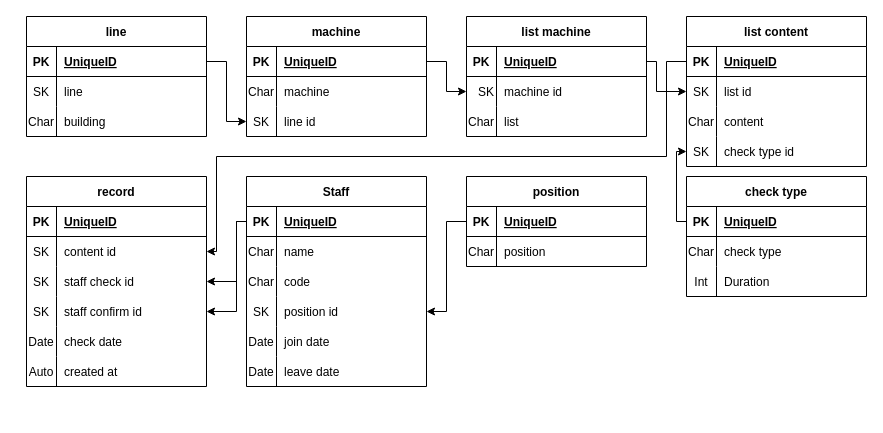
Before: checksheet_diagram.drawio in MVC0712/Check_Sheet, a draw.io diagram. Source tidied: cells renumbered, new cells numbered last; positions are measured from the earlier drawing's top-left corner, leaving out a move shared by most shapes. Both pictures are drawn from the tidied source at 100%, with x=0, y=0 at pixel (26, 16).
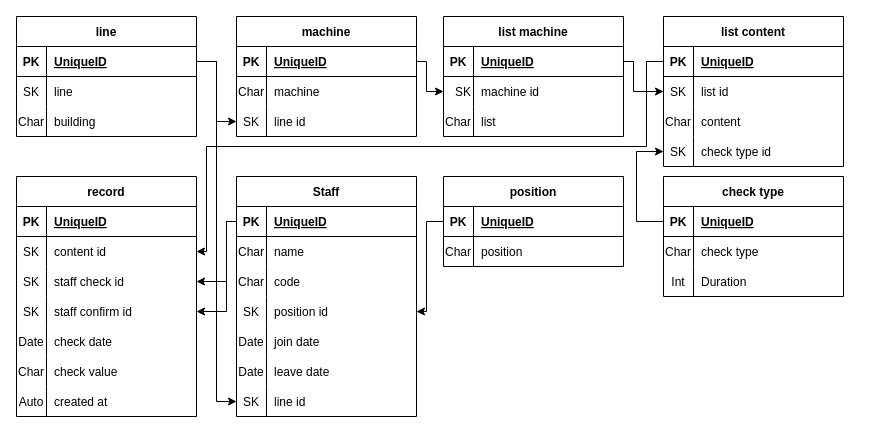
The same diagram, later.

The change refers to these unchanged cells:
```xml
<mxCell id="3" style="shape=tableRow;horizontal=0;startSize=0;swimlaneHead=0;swimlaneBody=0;fillColor=none;points=[[0,0.5],[1,0.5]];portConstraint=eastwest;top=0;left=0;right=0;bottom=1;" parent="2" vertex="1">
  <mxGeometry y="30" width="180" height="30" as="geometry" />
</mxCell>
<mxCell id="13" style="shape=tableRow;horizontal=0;startSize=0;swimlaneHead=0;swimlaneBody=0;fillColor=none;points=[[0,0.5],[1,0.5]];portConstraint=eastwest;top=0;left=0;right=0;bottom=1;" parent="12" vertex="1">
  <mxGeometry y="30" width="180" height="30" as="geometry" />
</mxCell>
<mxCell id="23" style="shape=tableRow;horizontal=0;startSize=0;swimlaneHead=0;swimlaneBody=0;fillColor=none;points=[[0,0.5],[1,0.5]];portConstraint=eastwest;top=0;left=0;right=0;bottom=1;" parent="22" vertex="1">
  <mxGeometry y="30" width="180" height="30" as="geometry" />
</mxCell>
<mxCell id="26" style="shape=tableRow;horizontal=0;startSize=0;swimlaneHead=0;swimlaneBody=0;fillColor=none;points=[[0,0.5],[1,0.5]];portConstraint=eastwest;top=0;left=0;right=0;bottom=0;" parent="22" vertex="1">
  <mxGeometry y="60" width="180" height="30" as="geometry" />
</mxCell>
<mxCell id="33" style="shape=tableRow;horizontal=0;startSize=0;swimlaneHead=0;swimlaneBody=0;fillColor=none;points=[[0,0.5],[1,0.5]];portConstraint=eastwest;top=0;left=0;right=0;bottom=1;" parent="32" vertex="1">
  <mxGeometry y="30" width="180" height="30" as="geometry" />
</mxCell>
<mxCell id="36" style="shape=tableRow;horizontal=0;startSize=0;swimlaneHead=0;swimlaneBody=0;fillColor=none;points=[[0,0.5],[1,0.5]];portConstraint=eastwest;top=0;left=0;right=0;bottom=0;" parent="32" vertex="1">
  <mxGeometry y="60" width="180" height="30" as="geometry" />
</mxCell>
<mxCell id="42" style="shape=tableRow;horizontal=0;startSize=0;swimlaneHead=0;swimlaneBody=0;fillColor=none;points=[[0,0.5],[1,0.5]];portConstraint=eastwest;top=0;left=0;right=0;bottom=0;" parent="32" vertex="1">
  <mxGeometry y="120" width="180" height="30" as="geometry" />
</mxCell>
<mxCell id="49" style="shape=tableRow;horizontal=0;startSize=0;swimlaneHead=0;swimlaneBody=0;fillColor=none;points=[[0,0.5],[1,0.5]];portConstraint=eastwest;top=0;left=0;right=0;bottom=0;" parent="45" vertex="1">
  <mxGeometry y="60" width="180" height="30" as="geometry" />
</mxCell>
<mxCell id="52" style="shape=tableRow;horizontal=0;startSize=0;swimlaneHead=0;swimlaneBody=0;fillColor=none;points=[[0,0.5],[1,0.5]];portConstraint=eastwest;top=0;left=0;right=0;bottom=0;" parent="45" vertex="1">
  <mxGeometry y="90" width="180" height="30" as="geometry" />
</mxCell>
<mxCell id="55" style="shape=tableRow;horizontal=0;startSize=0;swimlaneHead=0;swimlaneBody=0;fillColor=none;points=[[0,0.5],[1,0.5]];portConstraint=eastwest;top=0;left=0;right=0;bottom=0;" parent="45" vertex="1">
  <mxGeometry y="120" width="180" height="30" as="geometry" />
</mxCell>
<mxCell id="61" style="shape=tableRow;horizontal=0;startSize=0;swimlaneHead=0;swimlaneBody=0;fillColor=none;top=0;left=0;right=0;bottom=0;" parent="45" vertex="1">
  <mxGeometry y="180" width="180" height="30" as="geometry" />
</mxCell>
<mxCell id="65" style="shape=tableRow;horizontal=0;startSize=0;swimlaneHead=0;swimlaneBody=0;fillColor=none;points=[[0,0.5],[1,0.5]];portConstraint=eastwest;top=0;left=0;right=0;bottom=1;" parent="64" vertex="1">
  <mxGeometry y="30" width="180" height="30" as="geometry" />
</mxCell>
<mxCell id="74" style="shape=tableRow;horizontal=0;startSize=0;swimlaneHead=0;swimlaneBody=0;fillColor=none;points=[[0,0.5],[1,0.5]];portConstraint=eastwest;top=0;left=0;right=0;bottom=0;" parent="64" vertex="1">
  <mxGeometry y="120" width="180" height="30" as="geometry" />
</mxCell>
<mxCell id="84" style="shape=tableRow;horizontal=0;startSize=0;swimlaneHead=0;swimlaneBody=0;fillColor=none;points=[[0,0.5],[1,0.5]];portConstraint=eastwest;top=0;left=0;right=0;bottom=1;" parent="83" vertex="1">
  <mxGeometry y="30" width="180" height="30" as="geometry" />
</mxCell>
<mxCell id="98" style="shape=tableRow;horizontal=0;startSize=0;swimlaneHead=0;swimlaneBody=0;fillColor=none;points=[[0,0.5],[1,0.5]];portConstraint=eastwest;top=0;left=0;right=0;bottom=1;" parent="97" vertex="1">
  <mxGeometry y="30" width="180" height="30" as="geometry" />
</mxCell>
```

Diff of the diagram source:
```diff
@@
     <mxCell id="2" value="line" style="shape=table;startSize=30;childLayout=tableLayout;rowLines=0;fontStyle=1;align=center;" parent="1" vertex="1">
-      <mxGeometry width="180" height="120" as="geometry" />
+      <mxGeometry x="-10" width="180" height="120" as="geometry" />
     </mxCell>
@@
     <mxCell id="12" value="machine" style="shape=table;startSize=30;childLayout=tableLayout;rowLines=0;fontStyle=1;align=center;" parent="1" vertex="1">
-      <mxGeometry x="220" width="180" height="120" as="geometry" />
+      <mxGeometry x="210" width="180" height="120" as="geometry" />
     </mxCell>
@@
     <mxCell id="22" value="list machine" style="shape=table;startSize=30;childLayout=tableLayout;rowLines=0;fontStyle=1;align=center;" parent="1" vertex="1">
-      <mxGeometry x="440" width="180" height="120" as="geometry" />
+      <mxGeometry x="417" width="180" height="120" as="geometry" />
     </mxCell>
@@
     <mxCell id="32" value="list content" style="shape=table;startSize=30;childLayout=tableLayout;rowLines=0;fontStyle=1;align=center;" parent="1" vertex="1">
-      <mxGeometry x="660" width="180" height="150" as="geometry" />
+      <mxGeometry x="637" width="180" height="150" as="geometry" />
     </mxCell>
@@
     <mxCell id="45" value="record" style="shape=table;startSize=30;childLayout=tableLayout;rowLines=0;fontStyle=1;align=center;" parent="1" vertex="1">
-      <mxGeometry y="160" width="180" height="210" as="geometry" />
+      <mxGeometry x="-10" y="160" width="180" height="240" as="geometry" />
     </mxCell>
@@
-    <mxCell id="62" value="Auto" style="shape=partialRectangle;fillColor=none;top=0;left=0;bottom=0;right=0;overflow=hidden;" parent="61" vertex="1">
+    <mxCell id="62" value="Char" style="shape=partialRectangle;fillColor=none;top=0;left=0;bottom=0;right=0;overflow=hidden;" parent="61" vertex="1">
       <mxGeometry width="30" height="30" as="geometry" />
     </mxCell>
-    <mxCell id="63" value="created at" style="shape=partialRectangle;fillColor=none;top=0;left=0;bottom=0;right=0;align=left;spacingLeft=6;overflow=hidden;" parent="61" vertex="1">
+    <mxCell id="63" value="check value" style="shape=partialRectangle;fillColor=none;top=0;left=0;bottom=0;right=0;align=left;spacingLeft=6;overflow=hidden;" parent="61" vertex="1">
       <mxGeometry x="30" width="150" height="30" as="geometry" />
     </mxCell>
+    <mxCell id="108" style="shape=tableRow;horizontal=0;startSize=0;swimlaneHead=0;swimlaneBody=0;fillColor=none;top=0;left=0;right=0;bottom=0;" parent="45" vertex="1">
+      <mxGeometry y="210" width="180" height="30" as="geometry" />
+    </mxCell>
+    <mxCell id="109" value="Auto" style="shape=partialRectangle;fillColor=none;top=0;left=0;bottom=0;right=0;overflow=hidden;" parent="108" vertex="1">
+      <mxGeometry width="30" height="30" as="geometry" />
+    </mxCell>
+    <mxCell id="110" value="created at" style="shape=partialRectangle;fillColor=none;top=0;left=0;bottom=0;right=0;align=left;spacingLeft=6;overflow=hidden;" parent="108" vertex="1">
+      <mxGeometry x="30" width="150" height="30" as="geometry" />
+    </mxCell>
     <mxCell id="64" value="Staff" style="shape=table;startSize=30;childLayout=tableLayout;rowLines=0;fontStyle=1;align=center;" parent="1" vertex="1">
-      <mxGeometry x="220" y="160" width="180" height="210" as="geometry" />
+      <mxGeometry x="210" y="160" width="180" height="240" as="geometry" />
     </mxCell>
@@
+    <mxCell id="111" style="shape=tableRow;horizontal=0;startSize=0;swimlaneHead=0;swimlaneBody=0;fillColor=none;points=[[0,0.5],[1,0.5]];portConstraint=eastwest;top=0;left=0;right=0;bottom=0;fontStyle=2;" parent="64" vertex="1">
+      <mxGeometry y="210" width="180" height="30" as="geometry" />
+    </mxCell>
+    <mxCell id="112" value="SK" style="shape=partialRectangle;fillColor=none;top=0;left=0;bottom=0;right=0;overflow=hidden;" parent="111" vertex="1">
+      <mxGeometry width="30" height="30" as="geometry" />
+    </mxCell>
+    <mxCell id="113" value="line id" style="shape=partialRectangle;fillColor=none;top=0;left=0;bottom=0;right=0;align=left;spacingLeft=6;overflow=hidden;" parent="111" vertex="1">
+      <mxGeometry x="30" width="150" height="30" as="geometry" />
+    </mxCell>
     <mxCell id="83" value="position" style="shape=table;startSize=30;childLayout=tableLayout;rowLines=0;fontStyle=1;align=center;" parent="1" vertex="1">
-      <mxGeometry x="440" y="160" width="180" height="90" as="geometry" />
+      <mxGeometry x="417" y="160" width="180" height="90" as="geometry" />
     </mxCell>
@@
     <mxCell id="91" style="edgeStyle=orthogonalEdgeStyle;rounded=0;jettySize=auto;html=1;exitX=1;exitY=0.5;exitDx=0;exitDy=0;entryX=0;entryY=0.5;entryDx=0;entryDy=0;" parent="1" edge="1" source="13" target="26">
-      <mxGeometry relative="1" as="geometry" />
+      <mxGeometry relative="1" as="geometry">
+        <Array as="points">
+          <mxPoint x="400" y="45" />
+          <mxPoint x="400" y="75" />
+        </Array>
+      </mxGeometry>
     </mxCell>
     <mxCell id="92" style="edgeStyle=orthogonalEdgeStyle;rounded=0;jettySize=auto;html=1;exitX=1;exitY=0.5;exitDx=0;exitDy=0;entryX=0;entryY=0.5;entryDx=0;entryDy=0;" parent="1" edge="1" source="23" target="36">
       <mxGeometry relative="1" as="geometry">
         <Array as="points">
-          <mxPoint x="630" y="45" />
-          <mxPoint x="630" y="75" />
+          <mxPoint x="607" y="45" />
+          <mxPoint x="607" y="75" />
         </Array>
       </mxGeometry>
     </mxCell>
     <mxCell id="93" style="edgeStyle=orthogonalEdgeStyle;rounded=0;jettySize=auto;html=1;exitX=0;exitY=0.5;exitDx=0;exitDy=0;entryX=1;entryY=0.5;entryDx=0;entryDy=0;" parent="1" edge="1" source="33" target="49">
       <mxGeometry relative="1" as="geometry">
         <Array as="points">
-          <mxPoint x="640" y="45" />
-          <mxPoint x="640" y="140" />
-          <mxPoint x="190" y="140" />
-          <mxPoint x="190" y="235" />
+          <mxPoint x="620" y="45" />
+          <mxPoint x="620" y="130" />
+          <mxPoint x="180" y="130" />
+          <mxPoint x="180" y="235" />
         </Array>
       </mxGeometry>
     </mxCell>
     <mxCell id="94" style="edgeStyle=orthogonalEdgeStyle;rounded=0;jettySize=auto;html=1;exitX=0;exitY=0.5;exitDx=0;exitDy=0;entryX=1;entryY=0.5;entryDx=0;entryDy=0;" parent="1" edge="1" source="65" target="52">
       <mxGeometry relative="1" as="geometry">
         <Array as="points">
-          <mxPoint x="210" y="205" />
-          <mxPoint x="210" y="265" />
+          <mxPoint x="200" y="205" />
+          <mxPoint x="200" y="265" />
         </Array>
       </mxGeometry>
     </mxCell>
     <mxCell id="95" style="edgeStyle=orthogonalEdgeStyle;rounded=0;jettySize=auto;html=1;exitX=0;exitY=0.5;exitDx=0;exitDy=0;entryX=1;entryY=0.5;entryDx=0;entryDy=0;" parent="1" edge="1" source="84" target="74">
-      <mxGeometry relative="1" as="geometry" />
+      <mxGeometry relative="1" as="geometry">
+        <Array as="points">
+          <mxPoint x="400" y="205" />
+          <mxPoint x="400" y="295" />
+        </Array>
+      </mxGeometry>
     </mxCell>
     <mxCell id="96" style="edgeStyle=orthogonalEdgeStyle;rounded=0;jettySize=auto;html=1;exitX=0;exitY=0.5;exitDx=0;exitDy=0;entryX=1;entryY=0.5;entryDx=0;entryDy=0;" parent="1" edge="1" source="65" target="55">
       <mxGeometry relative="1" as="geometry">
         <Array as="points">
-          <mxPoint x="210" y="205" />
-          <mxPoint x="210" y="295" />
+          <mxPoint x="200" y="205" />
+          <mxPoint x="200" y="295" />
         </Array>
       </mxGeometry>
     </mxCell>
     <mxCell id="97" value="check type" style="shape=table;startSize=30;childLayout=tableLayout;rowLines=0;fontStyle=1;align=center;" parent="1" vertex="1">
-      <mxGeometry x="660" y="160" width="180" height="120" as="geometry" />
+      <mxGeometry x="637" y="160" width="180" height="120" as="geometry" />
     </mxCell>
@@
     <mxCell id="107" style="edgeStyle=orthogonalEdgeStyle;rounded=0;jettySize=auto;html=1;exitX=0;exitY=0.5;exitDx=0;exitDy=0;entryX=0;entryY=0.5;entryDx=0;entryDy=0;" parent="1" edge="1" source="98" target="42">
       <mxGeometry relative="1" as="geometry">
         <Array as="points">
-          <mxPoint x="650" y="205" />
-          <mxPoint x="650" y="135" />
+          <mxPoint x="610" y="205" />
+          <mxPoint x="610" y="135" />
         </Array>
       </mxGeometry>
     </mxCell>
+    <mxCell id="114" style="edgeStyle=orthogonalEdgeStyle;rounded=0;jettySize=auto;html=1;exitX=1;exitY=0.5;exitDx=0;exitDy=0;entryX=0;entryY=0.5;entryDx=0;entryDy=0;" parent="1" edge="1" source="3" target="111">
+      <mxGeometry relative="1" as="geometry" />
+    </mxCell>
```
